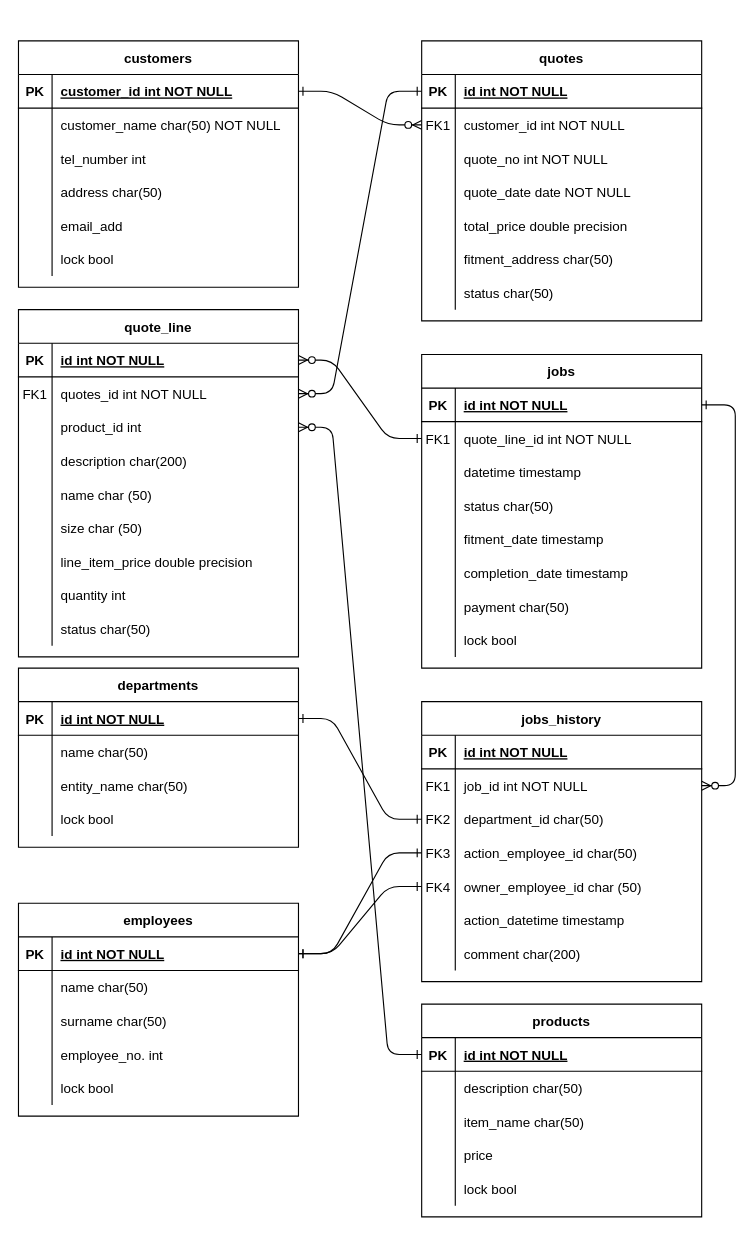
prinsloo-dev/Circle-Rhino keeps this draw.io diagram as design spec/ERD.drawio. Above is the earlier version. Source tidied: cells renumbered, new cells numbered last; positions are measured from the earlier drawing's top-left corner, leaving out a move shared by most shapes. Both pictures are drawn from the tidied source at 112%, with x=0, y=0 at pixel (18, 40).
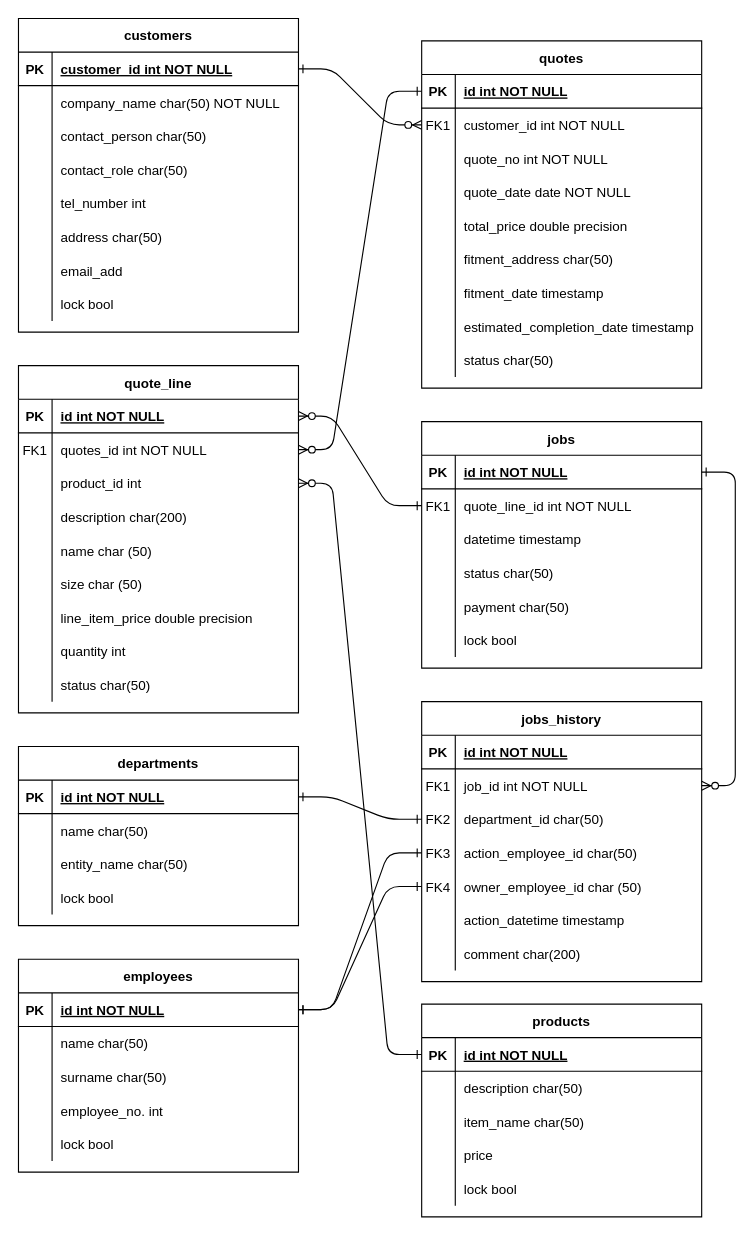
The same diagram, later.

The change refers to these unchanged cells:
```xml
<mxCell id="58" style="shape=partialRectangle;fillColor=none;top=0;left=0;right=0;bottom=0;" parent="54" vertex="1">
  <mxGeometry y="60" width="250" height="30" as="geometry" />
</mxCell>
```

Change to the diagram source:
```diff
@@
     <mxCell id="4" value="quotes" style="shape=table;startSize=30;childLayout=tableLayout;rowLines=0;fontStyle=1;align=center;" parent="1" vertex="1">
-      <mxGeometry x="360" width="250" height="250" as="geometry" />
+      <mxGeometry x="360" width="250" height="310" as="geometry" />
     </mxCell>
@@
+    <mxCell id="171" style="shape=partialRectangle;fillColor=none;top=0;left=0;right=0;bottom=0;" parent="4" vertex="1">
+      <mxGeometry y="210" width="250" height="30" as="geometry" />
+    </mxCell>
+    <mxCell id="172" style="shape=partialRectangle;overflow=hidden;fillColor=none;top=0;left=0;bottom=0;right=0;" parent="171" vertex="1">
+      <mxGeometry width="30" height="30" as="geometry" />
+    </mxCell>
+    <mxCell id="173" style="shape=partialRectangle;overflow=hidden;fillColor=none;top=0;left=0;bottom=0;right=0;align=left;spacingLeft=6;" parent="171" vertex="1">
+      <mxGeometry x="30" width="220" height="30" as="geometry" />
+    </mxCell>
+    <mxCell id="89" style="shape=partialRectangle;fillColor=none;top=0;left=0;right=0;bottom=0;" parent="4" vertex="1">
+      <mxGeometry y="240" width="250" height="30" as="geometry" />
+    </mxCell>
+    <mxCell id="90" style="shape=partialRectangle;overflow=hidden;fillColor=none;top=0;left=0;bottom=0;right=0;" parent="89" vertex="1">
+      <mxGeometry width="30" height="30" as="geometry" />
+    </mxCell>
+    <mxCell id="91" value="estimated_completion_date timestamp" style="shape=partialRectangle;overflow=hidden;fillColor=none;top=0;left=0;bottom=0;right=0;align=left;spacingLeft=6;" parent="89" vertex="1">
+      <mxGeometry x="30" width="220" height="30" as="geometry" />
+    </mxCell>
     <mxCell id="23" style="shape=partialRectangle;fillColor=none;top=0;left=0;right=0;bottom=0;" parent="4" vertex="1">
-      <mxGeometry y="210" width="250" height="30" as="geometry" />
+      <mxGeometry y="270" width="250" height="30" as="geometry" />
     </mxCell>
@@
     <mxCell id="26" value="quote_line" style="shape=table;startSize=30;childLayout=tableLayout;rowLines=0;fontStyle=1;align=center;" parent="1" vertex="1">
-      <mxGeometry y="240" width="250" height="310" as="geometry" />
+      <mxGeometry y="290" width="250" height="310" as="geometry" />
     </mxCell>
@@
     <mxCell id="54" value="customers" style="shape=table;startSize=30;childLayout=tableLayout;rowLines=0;fontStyle=1;align=center;" parent="1" vertex="1">
-      <mxGeometry width="250" height="220" as="geometry" />
+      <mxGeometry y="-20" width="250" height="280" as="geometry" />
     </mxCell>
@@
-    <mxCell id="60" value="customer_name char(50) NOT NULL" style="shape=partialRectangle;overflow=hidden;fillColor=none;top=0;left=0;bottom=0;right=0;align=left;spacingLeft=6;" parent="58" vertex="1">
+    <mxCell id="60" value="company_name char(50) NOT NULL" style="shape=partialRectangle;overflow=hidden;fillColor=none;top=0;left=0;bottom=0;right=0;align=left;spacingLeft=6;" parent="58" vertex="1">
       <mxGeometry x="30" width="220" height="30" as="geometry" />
     </mxCell>
+    <mxCell id="174" style="shape=partialRectangle;fillColor=none;top=0;left=0;right=0;bottom=0;" parent="54" vertex="1">
+      <mxGeometry y="90" width="250" height="30" as="geometry" />
+    </mxCell>
+    <mxCell id="175" style="shape=partialRectangle;overflow=hidden;fillColor=none;top=0;left=0;bottom=0;right=0;" parent="174" vertex="1">
+      <mxGeometry width="30" height="30" as="geometry" />
+    </mxCell>
+    <mxCell id="176" value="contact_person char(50)" style="shape=partialRectangle;overflow=hidden;fillColor=none;top=0;left=0;bottom=0;right=0;align=left;spacingLeft=6;" parent="174" vertex="1">
+      <mxGeometry x="30" width="220" height="30" as="geometry" />
+    </mxCell>
+    <mxCell id="177" style="shape=partialRectangle;fillColor=none;top=0;left=0;right=0;bottom=0;" parent="54" vertex="1">
+      <mxGeometry y="120" width="250" height="30" as="geometry" />
+    </mxCell>
+    <mxCell id="178" style="shape=partialRectangle;overflow=hidden;fillColor=none;top=0;left=0;bottom=0;right=0;" parent="177" vertex="1">
+      <mxGeometry width="30" height="30" as="geometry" />
+    </mxCell>
+    <mxCell id="179" value="contact_role char(50)" style="shape=partialRectangle;overflow=hidden;fillColor=none;top=0;left=0;bottom=0;right=0;align=left;spacingLeft=6;" parent="177" vertex="1">
+      <mxGeometry x="30" width="220" height="30" as="geometry" />
+    </mxCell>
     <mxCell id="61" style="shape=partialRectangle;fillColor=none;top=0;left=0;right=0;bottom=0;" parent="54" vertex="1">
-      <mxGeometry y="90" width="250" height="30" as="geometry" />
+      <mxGeometry y="150" width="250" height="30" as="geometry" />
     </mxCell>
@@
     <mxCell id="64" style="shape=partialRectangle;fillColor=none;top=0;left=0;right=0;bottom=0;" parent="54" vertex="1">
-      <mxGeometry y="120" width="250" height="30" as="geometry" />
+      <mxGeometry y="180" width="250" height="30" as="geometry" />
     </mxCell>
@@
     <mxCell id="67" style="shape=partialRectangle;fillColor=none;top=0;left=0;right=0;bottom=0;" parent="54" vertex="1">
-      <mxGeometry y="150" width="250" height="30" as="geometry" />
+      <mxGeometry y="210" width="250" height="30" as="geometry" />
     </mxCell>
@@
     <mxCell id="70" style="shape=partialRectangle;fillColor=none;top=0;left=0;right=0;bottom=0;" parent="54" vertex="1">
-      <mxGeometry y="180" width="250" height="30" as="geometry" />
+      <mxGeometry y="240" width="250" height="30" as="geometry" />
     </mxCell>
@@
     <mxCell id="73" value="jobs" style="shape=table;startSize=30;childLayout=tableLayout;rowLines=0;fontStyle=1;align=center;" parent="1" vertex="1">
-      <mxGeometry x="360" y="280" width="250" height="280" as="geometry" />
+      <mxGeometry x="360" y="340" width="250" height="220" as="geometry" />
     </mxCell>
@@
-    <mxCell id="86" style="shape=partialRectangle;fillColor=none;top=0;left=0;right=0;bottom=0;" parent="73" vertex="1">
-      <mxGeometry y="150" width="250" height="30" as="geometry" />
-    </mxCell>
-    <mxCell id="87" style="shape=partialRectangle;overflow=hidden;fillColor=none;top=0;left=0;bottom=0;right=0;" parent="86" vertex="1">
-      <mxGeometry width="30" height="30" as="geometry" />
-    </mxCell>
-    <mxCell id="88" value="fitment_date timestamp" style="shape=partialRectangle;overflow=hidden;fillColor=none;top=0;left=0;bottom=0;right=0;align=left;spacingLeft=6;" parent="86" vertex="1">
-      <mxGeometry x="30" width="220" height="30" as="geometry" />
-    </mxCell>
-    <mxCell id="89" style="shape=partialRectangle;fillColor=none;top=0;left=0;right=0;bottom=0;" parent="73" vertex="1">
-      <mxGeometry y="180" width="250" height="30" as="geometry" />
-    </mxCell>
-    <mxCell id="90" style="shape=partialRectangle;overflow=hidden;fillColor=none;top=0;left=0;bottom=0;right=0;" parent="89" vertex="1">
-      <mxGeometry width="30" height="30" as="geometry" />
-    </mxCell>
-    <mxCell id="91" value="completion_date timestamp" style="shape=partialRectangle;overflow=hidden;fillColor=none;top=0;left=0;bottom=0;right=0;align=left;spacingLeft=6;" parent="89" vertex="1">
-      <mxGeometry x="30" width="220" height="30" as="geometry" />
-    </mxCell>
     <mxCell id="92" style="shape=partialRectangle;fillColor=none;top=0;left=0;right=0;bottom=0;" parent="73" vertex="1">
-      <mxGeometry y="210" width="250" height="30" as="geometry" />
+      <mxGeometry y="150" width="250" height="30" as="geometry" />
     </mxCell>
@@
     <mxCell id="95" style="shape=partialRectangle;fillColor=none;top=0;left=0;right=0;bottom=0;" parent="73" vertex="1">
-      <mxGeometry y="240" width="250" height="30" as="geometry" />
+      <mxGeometry y="180" width="250" height="30" as="geometry" />
     </mxCell>
@@
     <mxCell id="98" value="employees" style="shape=table;startSize=30;childLayout=tableLayout;rowLines=0;fontStyle=1;align=center;" parent="1" vertex="1">
-      <mxGeometry y="770" width="250" height="190" as="geometry" />
+      <mxGeometry y="820" width="250" height="190" as="geometry" />
     </mxCell>
@@
     <mxCell id="114" value="departments" style="shape=table;startSize=30;childLayout=tableLayout;rowLines=0;fontStyle=1;align=center;" parent="1" vertex="1">
-      <mxGeometry y="560" width="250" height="160" as="geometry" />
+      <mxGeometry y="630" width="250" height="160" as="geometry" />
     </mxCell>
@@
+    <mxCell id="88" value="fitment_date timestamp" style="shape=partialRectangle;overflow=hidden;fillColor=none;top=0;left=0;bottom=0;right=0;align=left;spacingLeft=6;" parent="1" vertex="1">
+      <mxGeometry x="390" y="210" width="220" height="30" as="geometry" />
+    </mxCell>
```
